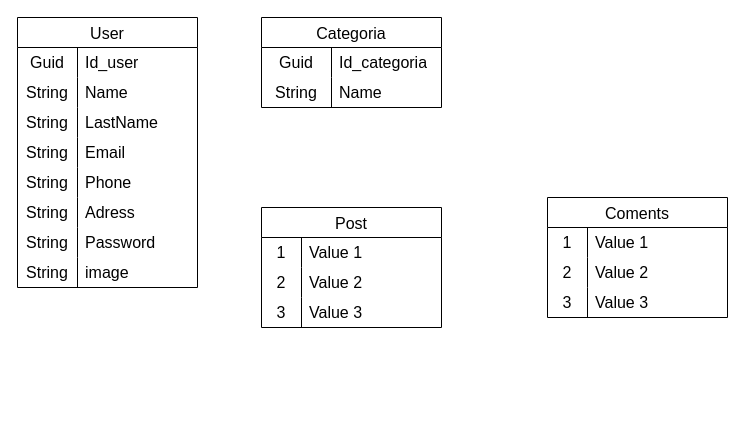
The draw.io diagram Diagrama sin título.drawio in reuht/Mydiagrams, before the edit. Source tidied: cells renumbered, new cells numbered last; positions are measured from the earlier drawing's top-left corner, leaving out a move shared by most shapes. Both pictures are drawn from the tidied source at 100%, with x=0, y=0 at pixel (17, 17).
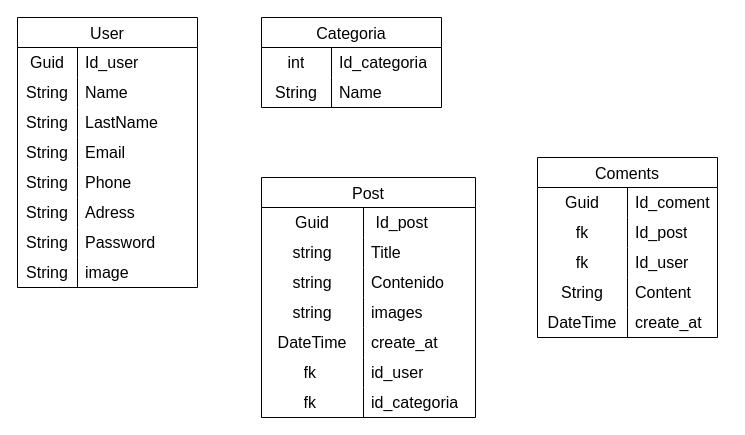
After the change.

The change refers to these unchanged cells:
```xml
<mxCell id="38" style="shape=tableRow;horizontal=0;startSize=0;swimlaneHead=0;swimlaneBody=0;top=0;left=0;bottom=0;right=0;fillColor=none;strokeColor=inherit;fontSize=16;" parent="37" vertex="1">
  <mxGeometry y="30" width="180" height="30" as="geometry" />
</mxCell>
<mxCell id="45" style="shape=tableRow;horizontal=0;startSize=0;swimlaneHead=0;swimlaneBody=0;top=0;left=0;bottom=0;right=0;fillColor=none;strokeColor=inherit;fontSize=16;" parent="44" vertex="1">
  <mxGeometry y="30" width="180" height="30" as="geometry" />
</mxCell>
<mxCell id="48" style="shape=tableRow;horizontal=0;startSize=0;swimlaneHead=0;swimlaneBody=0;top=0;left=0;bottom=0;right=0;fillColor=none;strokeColor=inherit;fontSize=16;" parent="44" vertex="1">
  <mxGeometry y="60" width="180" height="30" as="geometry" />
</mxCell>
<mxCell id="51" style="shape=tableRow;horizontal=0;startSize=0;swimlaneHead=0;swimlaneBody=0;top=0;left=0;bottom=0;right=0;fillColor=none;strokeColor=inherit;fontSize=16;" parent="44" vertex="1">
  <mxGeometry y="90" width="180" height="30" as="geometry" />
</mxCell>
```

What changed in the source:
```diff
@@
     <mxCell id="27" value="Post" style="shape=table;startSize=30;childLayout=tableLayout;rowLines=0;fontStyle=0;strokeColor=default;fontSize=16;" parent="1" vertex="1">
-      <mxGeometry x="244" y="190" width="180" height="120" as="geometry" />
+      <mxGeometry x="244" y="160" width="214" height="240" as="geometry" />
     </mxCell>
     <mxCell id="28" style="shape=tableRow;horizontal=0;startSize=0;swimlaneHead=0;swimlaneBody=0;top=0;left=0;bottom=0;right=0;fillColor=none;strokeColor=inherit;fontSize=16;" parent="27" vertex="1">
-      <mxGeometry y="30" width="180" height="30" as="geometry" />
+      <mxGeometry y="30" width="214" height="30" as="geometry" />
     </mxCell>
-    <mxCell id="29" value="1" style="shape=partialRectangle;html=1;whiteSpace=wrap;fillColor=none;top=0;left=0;bottom=0;right=0;overflow=hidden;strokeColor=inherit;fontSize=16;" parent="28" vertex="1">
-      <mxGeometry width="40" height="30" as="geometry" />
+    <mxCell id="29" value="Guid" style="shape=partialRectangle;html=1;whiteSpace=wrap;fillColor=none;top=0;left=0;bottom=0;right=0;overflow=hidden;strokeColor=inherit;fontSize=16;" parent="28" vertex="1">
+      <mxGeometry width="102" height="30" as="geometry" />
     </mxCell>
-    <mxCell id="30" value="Value 1" style="shape=partialRectangle;html=1;whiteSpace=wrap;fillColor=none;top=0;left=0;bottom=0;right=0;align=left;spacingLeft=6;overflow=hidden;strokeColor=inherit;fontSize=16;" parent="28" vertex="1">
-      <mxGeometry x="40" width="140" height="30" as="geometry" />
+    <mxCell id="30" value="&amp;nbsp;Id_post" style="shape=partialRectangle;html=1;whiteSpace=wrap;fillColor=none;top=0;left=0;bottom=0;right=0;align=left;spacingLeft=6;overflow=hidden;strokeColor=inherit;fontSize=16;" parent="28" vertex="1">
+      <mxGeometry x="102" width="112" height="30" as="geometry" />
     </mxCell>
     <mxCell id="31" style="shape=tableRow;horizontal=0;startSize=0;swimlaneHead=0;swimlaneBody=0;top=0;left=0;bottom=0;right=0;fillColor=none;strokeColor=inherit;fontSize=16;" parent="27" vertex="1">
-      <mxGeometry y="60" width="180" height="30" as="geometry" />
+      <mxGeometry y="60" width="214" height="30" as="geometry" />
     </mxCell>
-    <mxCell id="32" value="2" style="shape=partialRectangle;html=1;whiteSpace=wrap;fillColor=none;top=0;left=0;bottom=0;right=0;overflow=hidden;strokeColor=inherit;fontSize=16;" parent="31" vertex="1">
-      <mxGeometry width="40" height="30" as="geometry" />
+    <mxCell id="32" value="string" style="shape=partialRectangle;html=1;whiteSpace=wrap;fillColor=none;top=0;left=0;bottom=0;right=0;overflow=hidden;strokeColor=inherit;fontSize=16;" parent="31" vertex="1">
+      <mxGeometry width="102" height="30" as="geometry" />
     </mxCell>
-    <mxCell id="33" value="Value 2" style="shape=partialRectangle;html=1;whiteSpace=wrap;fillColor=none;top=0;left=0;bottom=0;right=0;align=left;spacingLeft=6;overflow=hidden;strokeColor=inherit;fontSize=16;" parent="31" vertex="1">
-      <mxGeometry x="40" width="140" height="30" as="geometry" />
+    <mxCell id="33" value="Title" style="shape=partialRectangle;html=1;whiteSpace=wrap;fillColor=none;top=0;left=0;bottom=0;right=0;align=left;spacingLeft=6;overflow=hidden;strokeColor=inherit;fontSize=16;" parent="31" vertex="1">
+      <mxGeometry x="102" width="112" height="30" as="geometry" />
     </mxCell>
     <mxCell id="34" style="shape=tableRow;horizontal=0;startSize=0;swimlaneHead=0;swimlaneBody=0;top=0;left=0;bottom=0;right=0;fillColor=none;strokeColor=inherit;fontSize=16;" parent="27" vertex="1">
-      <mxGeometry y="90" width="180" height="30" as="geometry" />
+      <mxGeometry y="90" width="214" height="30" as="geometry" />
     </mxCell>
-    <mxCell id="35" value="3" style="shape=partialRectangle;html=1;whiteSpace=wrap;fillColor=none;top=0;left=0;bottom=0;right=0;overflow=hidden;strokeColor=inherit;fontSize=16;" parent="34" vertex="1">
-      <mxGeometry width="40" height="30" as="geometry" />
+    <mxCell id="35" value="string" style="shape=partialRectangle;html=1;whiteSpace=wrap;fillColor=none;top=0;left=0;bottom=0;right=0;overflow=hidden;strokeColor=inherit;fontSize=16;" parent="34" vertex="1">
+      <mxGeometry width="102" height="30" as="geometry" />
     </mxCell>
-    <mxCell id="36" value="Value 3" style="shape=partialRectangle;html=1;whiteSpace=wrap;fillColor=none;top=0;left=0;bottom=0;right=0;align=left;spacingLeft=6;overflow=hidden;strokeColor=inherit;fontSize=16;" parent="34" vertex="1">
-      <mxGeometry x="40" width="140" height="30" as="geometry" />
+    <mxCell id="36" value="Contenido" style="shape=partialRectangle;html=1;whiteSpace=wrap;fillColor=none;top=0;left=0;bottom=0;right=0;align=left;spacingLeft=6;overflow=hidden;strokeColor=inherit;fontSize=16;" parent="34" vertex="1">
+      <mxGeometry x="102" width="112" height="30" as="geometry" />
     </mxCell>
+    <mxCell id="54" style="shape=tableRow;horizontal=0;startSize=0;swimlaneHead=0;swimlaneBody=0;top=0;left=0;bottom=0;right=0;fillColor=none;strokeColor=inherit;fontSize=16;" parent="27" vertex="1">
+      <mxGeometry y="120" width="214" height="30" as="geometry" />
+    </mxCell>
+    <mxCell id="55" value="string" style="shape=partialRectangle;html=1;whiteSpace=wrap;fillColor=none;top=0;left=0;bottom=0;right=0;overflow=hidden;strokeColor=inherit;fontSize=16;" parent="54" vertex="1">
+      <mxGeometry width="102" height="30" as="geometry" />
+    </mxCell>
+    <mxCell id="56" value="images" style="shape=partialRectangle;html=1;whiteSpace=wrap;fillColor=none;top=0;left=0;bottom=0;right=0;align=left;spacingLeft=6;overflow=hidden;strokeColor=inherit;fontSize=16;" parent="54" vertex="1">
+      <mxGeometry x="102" width="112" height="30" as="geometry" />
+    </mxCell>
+    <mxCell id="57" style="shape=tableRow;horizontal=0;startSize=0;swimlaneHead=0;swimlaneBody=0;top=0;left=0;bottom=0;right=0;fillColor=none;strokeColor=inherit;fontSize=16;" parent="27" vertex="1">
+      <mxGeometry y="150" width="214" height="30" as="geometry" />
+    </mxCell>
+    <mxCell id="58" value="DateTime" style="shape=partialRectangle;html=1;whiteSpace=wrap;fillColor=none;top=0;left=0;bottom=0;right=0;overflow=hidden;strokeColor=inherit;fontSize=16;" parent="57" vertex="1">
+      <mxGeometry width="102" height="30" as="geometry" />
+    </mxCell>
+    <mxCell id="59" value="create_at" style="shape=partialRectangle;html=1;whiteSpace=wrap;fillColor=none;top=0;left=0;bottom=0;right=0;align=left;spacingLeft=6;overflow=hidden;strokeColor=inherit;fontSize=16;" parent="57" vertex="1">
+      <mxGeometry x="102" width="112" height="30" as="geometry" />
+    </mxCell>
+    <mxCell id="60" style="shape=tableRow;horizontal=0;startSize=0;swimlaneHead=0;swimlaneBody=0;top=0;left=0;bottom=0;right=0;fillColor=none;strokeColor=inherit;fontSize=16;" parent="27" vertex="1">
+      <mxGeometry y="180" width="214" height="30" as="geometry" />
+    </mxCell>
+    <mxCell id="61" value="fk&amp;nbsp;" style="shape=partialRectangle;html=1;whiteSpace=wrap;fillColor=none;top=0;left=0;bottom=0;right=0;overflow=hidden;strokeColor=inherit;fontSize=16;" parent="60" vertex="1">
+      <mxGeometry width="102" height="30" as="geometry" />
+    </mxCell>
+    <mxCell id="62" value="id_user" style="shape=partialRectangle;html=1;whiteSpace=wrap;fillColor=none;top=0;left=0;bottom=0;right=0;align=left;spacingLeft=6;overflow=hidden;strokeColor=inherit;fontSize=16;" parent="60" vertex="1">
+      <mxGeometry x="102" width="112" height="30" as="geometry" />
+    </mxCell>
+    <mxCell id="63" style="shape=tableRow;horizontal=0;startSize=0;swimlaneHead=0;swimlaneBody=0;top=0;left=0;bottom=0;right=0;fillColor=none;strokeColor=inherit;fontSize=16;" parent="27" vertex="1">
+      <mxGeometry y="210" width="214" height="30" as="geometry" />
+    </mxCell>
+    <mxCell id="64" value="fk&amp;nbsp;" style="shape=partialRectangle;html=1;whiteSpace=wrap;fillColor=none;top=0;left=0;bottom=0;right=0;overflow=hidden;strokeColor=inherit;fontSize=16;" parent="63" vertex="1">
+      <mxGeometry width="102" height="30" as="geometry" />
+    </mxCell>
+    <mxCell id="65" value="id_categoria" style="shape=partialRectangle;html=1;whiteSpace=wrap;fillColor=none;top=0;left=0;bottom=0;right=0;align=left;spacingLeft=6;overflow=hidden;strokeColor=inherit;fontSize=16;" parent="63" vertex="1">
+      <mxGeometry x="102" width="112" height="30" as="geometry" />
+    </mxCell>
@@
-    <mxCell id="39" value="Guid" style="shape=partialRectangle;html=1;whiteSpace=wrap;fillColor=none;top=0;left=0;bottom=0;right=0;overflow=hidden;strokeColor=inherit;fontSize=16;" parent="38" vertex="1">
+    <mxCell id="39" value="int" style="shape=partialRectangle;html=1;whiteSpace=wrap;fillColor=none;top=0;left=0;bottom=0;right=0;overflow=hidden;strokeColor=inherit;fontSize=16;" parent="38" vertex="1">
       <mxGeometry width="70" height="30" as="geometry" />
     </mxCell>
@@
     <mxCell id="44" value="Coments" style="shape=table;startSize=30;childLayout=tableLayout;rowLines=0;fontStyle=0;strokeColor=default;fontSize=16;" parent="1" vertex="1">
-      <mxGeometry x="530" y="180" width="180" height="120" as="geometry" />
+      <mxGeometry x="520" y="140" width="180" height="180" as="geometry" />
     </mxCell>
@@
-    <mxCell id="46" value="1" style="shape=partialRectangle;html=1;whiteSpace=wrap;fillColor=none;top=0;left=0;bottom=0;right=0;overflow=hidden;strokeColor=inherit;fontSize=16;" parent="45" vertex="1">
-      <mxGeometry width="40" height="30" as="geometry" />
+    <mxCell id="46" value="Guid" style="shape=partialRectangle;html=1;whiteSpace=wrap;fillColor=none;top=0;left=0;bottom=0;right=0;overflow=hidden;strokeColor=inherit;fontSize=16;" parent="45" vertex="1">
+      <mxGeometry width="90" height="30" as="geometry" />
     </mxCell>
-    <mxCell id="47" value="Value 1" style="shape=partialRectangle;html=1;whiteSpace=wrap;fillColor=none;top=0;left=0;bottom=0;right=0;align=left;spacingLeft=6;overflow=hidden;strokeColor=inherit;fontSize=16;" parent="45" vertex="1">
-      <mxGeometry x="40" width="140" height="30" as="geometry" />
+    <mxCell id="47" value="Id_coment" style="shape=partialRectangle;html=1;whiteSpace=wrap;fillColor=none;top=0;left=0;bottom=0;right=0;align=left;spacingLeft=6;overflow=hidden;strokeColor=inherit;fontSize=16;" parent="45" vertex="1">
+      <mxGeometry x="90" width="90" height="30" as="geometry" />
     </mxCell>
@@
-    <mxCell id="49" value="2" style="shape=partialRectangle;html=1;whiteSpace=wrap;fillColor=none;top=0;left=0;bottom=0;right=0;overflow=hidden;strokeColor=inherit;fontSize=16;" parent="48" vertex="1">
-      <mxGeometry width="40" height="30" as="geometry" />
+    <mxCell id="49" value="fk" style="shape=partialRectangle;html=1;whiteSpace=wrap;fillColor=none;top=0;left=0;bottom=0;right=0;overflow=hidden;strokeColor=inherit;fontSize=16;" parent="48" vertex="1">
+      <mxGeometry width="90" height="30" as="geometry" />
     </mxCell>
-    <mxCell id="50" value="Value 2" style="shape=partialRectangle;html=1;whiteSpace=wrap;fillColor=none;top=0;left=0;bottom=0;right=0;align=left;spacingLeft=6;overflow=hidden;strokeColor=inherit;fontSize=16;" parent="48" vertex="1">
-      <mxGeometry x="40" width="140" height="30" as="geometry" />
+    <mxCell id="50" value="Id_post" style="shape=partialRectangle;html=1;whiteSpace=wrap;fillColor=none;top=0;left=0;bottom=0;right=0;align=left;spacingLeft=6;overflow=hidden;strokeColor=inherit;fontSize=16;" parent="48" vertex="1">
+      <mxGeometry x="90" width="90" height="30" as="geometry" />
     </mxCell>
@@
-    <mxCell id="52" value="3" style="shape=partialRectangle;html=1;whiteSpace=wrap;fillColor=none;top=0;left=0;bottom=0;right=0;overflow=hidden;strokeColor=inherit;fontSize=16;" parent="51" vertex="1">
-      <mxGeometry width="40" height="30" as="geometry" />
+    <mxCell id="52" value="fk" style="shape=partialRectangle;html=1;whiteSpace=wrap;fillColor=none;top=0;left=0;bottom=0;right=0;overflow=hidden;strokeColor=inherit;fontSize=16;" parent="51" vertex="1">
+      <mxGeometry width="90" height="30" as="geometry" />
     </mxCell>
-    <mxCell id="53" value="Value 3" style="shape=partialRectangle;html=1;whiteSpace=wrap;fillColor=none;top=0;left=0;bottom=0;right=0;align=left;spacingLeft=6;overflow=hidden;strokeColor=inherit;fontSize=16;" parent="51" vertex="1">
-      <mxGeometry x="40" width="140" height="30" as="geometry" />
+    <mxCell id="53" value="Id_user" style="shape=partialRectangle;html=1;whiteSpace=wrap;fillColor=none;top=0;left=0;bottom=0;right=0;align=left;spacingLeft=6;overflow=hidden;strokeColor=inherit;fontSize=16;" parent="51" vertex="1">
+      <mxGeometry x="90" width="90" height="30" as="geometry" />
     </mxCell>
+    <mxCell id="66" style="shape=tableRow;horizontal=0;startSize=0;swimlaneHead=0;swimlaneBody=0;top=0;left=0;bottom=0;right=0;fillColor=none;strokeColor=inherit;fontSize=16;" parent="44" vertex="1">
+      <mxGeometry y="120" width="180" height="30" as="geometry" />
+    </mxCell>
+    <mxCell id="67" value="String" style="shape=partialRectangle;html=1;whiteSpace=wrap;fillColor=none;top=0;left=0;bottom=0;right=0;overflow=hidden;strokeColor=inherit;fontSize=16;" parent="66" vertex="1">
+      <mxGeometry width="90" height="30" as="geometry" />
+    </mxCell>
+    <mxCell id="68" value="Content" style="shape=partialRectangle;html=1;whiteSpace=wrap;fillColor=none;top=0;left=0;bottom=0;right=0;align=left;spacingLeft=6;overflow=hidden;strokeColor=inherit;fontSize=16;" parent="66" vertex="1">
+      <mxGeometry x="90" width="90" height="30" as="geometry" />
+    </mxCell>
+    <mxCell id="69" style="shape=tableRow;horizontal=0;startSize=0;swimlaneHead=0;swimlaneBody=0;top=0;left=0;bottom=0;right=0;fillColor=none;strokeColor=inherit;fontSize=16;" parent="44" vertex="1">
+      <mxGeometry y="150" width="180" height="30" as="geometry" />
+    </mxCell>
+    <mxCell id="70" value="DateTime" style="shape=partialRectangle;html=1;whiteSpace=wrap;fillColor=none;top=0;left=0;bottom=0;right=0;overflow=hidden;strokeColor=inherit;fontSize=16;" parent="69" vertex="1">
+      <mxGeometry width="90" height="30" as="geometry" />
+    </mxCell>
+    <mxCell id="71" value="create_at" style="shape=partialRectangle;html=1;whiteSpace=wrap;fillColor=none;top=0;left=0;bottom=0;right=0;align=left;spacingLeft=6;overflow=hidden;strokeColor=inherit;fontSize=16;" parent="69" vertex="1">
+      <mxGeometry x="90" width="90" height="30" as="geometry" />
+    </mxCell>
```
